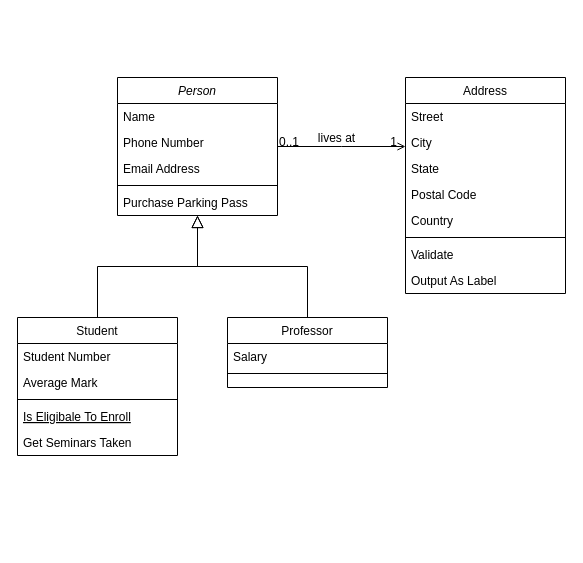
This is ComicDataFlow.drawio from mattwatts36/drawings, a draw.io file, before an edit. Source tidied: cells renumbered, new cells numbered last; positions are measured from the earlier drawing's top-left corner, leaving out a move shared by most shapes. Both pictures are drawn from the tidied source at 100%, with x=0, y=0 at pixel (17, 77).
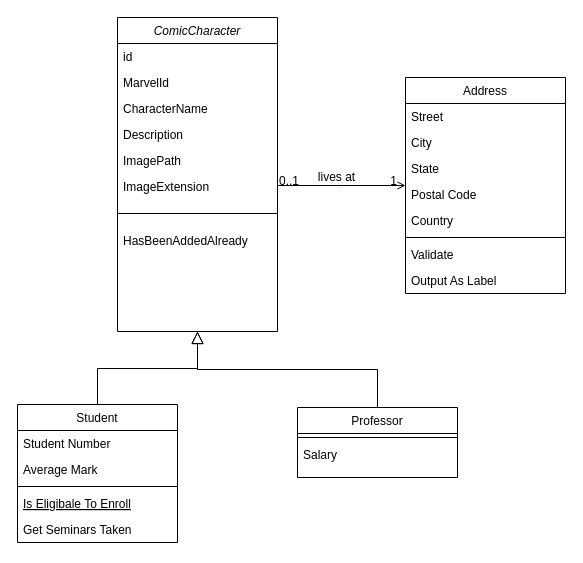
Above is the later version.

Commit message:
added comic character

What changed in the source:
```diff
@@
-    <mxCell id="2" value="Person" style="swimlane;fontStyle=2;align=center;verticalAlign=top;horizontal=1;startSize=26;rounded=0;shadow=0;strokeWidth=1;" parent="1" vertex="1">
-      <mxGeometry x="100" width="160" height="138" as="geometry" />
+    <mxCell id="2" value="ComicCharacter" style="swimlane;fontStyle=2;align=center;verticalAlign=top;horizontal=1;startSize=26;rounded=0;shadow=0;strokeWidth=1;" parent="1" vertex="1">
+      <mxGeometry x="100" y="-60" width="160" height="314" as="geometry" />
     </mxCell>
-    <mxCell id="3" value="Name" style="text;align=left;verticalAlign=top;spacingLeft=4;spacingRight=4;overflow=hidden;" parent="2" vertex="1">
+    <mxCell id="3" value="id" style="text;align=left;verticalAlign=top;spacingLeft=4;spacingRight=4;overflow=hidden;" parent="2" vertex="1">
       <mxGeometry y="26" width="160" height="26" as="geometry" />
     </mxCell>
-    <mxCell id="4" value="Phone Number" style="text;align=left;verticalAlign=top;spacingLeft=4;spacingRight=4;overflow=hidden;rounded=0;shadow=0;html=0;" parent="2" vertex="1">
+    <mxCell id="4" value="MarvelId" style="text;align=left;verticalAlign=top;spacingLeft=4;spacingRight=4;overflow=hidden;rounded=0;shadow=0;html=0;" parent="2" vertex="1">
       <mxGeometry y="52" width="160" height="26" as="geometry" />
     </mxCell>
-    <mxCell id="5" value="Email Address" style="text;align=left;verticalAlign=top;spacingLeft=4;spacingRight=4;overflow=hidden;rounded=0;shadow=0;html=0;" parent="2" vertex="1">
+    <mxCell id="5" value="CharacterName" style="text;align=left;verticalAlign=top;spacingLeft=4;spacingRight=4;overflow=hidden;rounded=0;shadow=0;html=0;" parent="2" vertex="1">
       <mxGeometry y="78" width="160" height="26" as="geometry" />
     </mxCell>
+    <mxCell id="32" value="Description" style="text;align=left;verticalAlign=top;spacingLeft=4;spacingRight=4;overflow=hidden;rounded=0;shadow=0;html=0;" parent="2" vertex="1">
+      <mxGeometry y="104" width="160" height="26" as="geometry" />
+    </mxCell>
+    <mxCell id="33" value="ImagePath" style="text;align=left;verticalAlign=top;spacingLeft=4;spacingRight=4;overflow=hidden;rounded=0;shadow=0;html=0;" parent="2" vertex="1">
+      <mxGeometry y="130" width="160" height="26" as="geometry" />
+    </mxCell>
+    <mxCell id="34" value="ImageExtension" style="text;align=left;verticalAlign=top;spacingLeft=4;spacingRight=4;overflow=hidden;rounded=0;shadow=0;html=0;" parent="2" vertex="1">
+      <mxGeometry y="156" width="160" height="26" as="geometry" />
+    </mxCell>
     <mxCell id="6" style="line;html=1;strokeWidth=1;align=left;verticalAlign=middle;spacingTop=-1;spacingLeft=3;spacingRight=3;labelPosition=right;" parent="2" vertex="1">
-      <mxGeometry y="104" width="160" height="8" as="geometry" />
+      <mxGeometry y="182" width="160" height="28" as="geometry" />
     </mxCell>
-    <mxCell id="7" value="Purchase Parking Pass" style="text;align=left;verticalAlign=top;spacingLeft=4;spacingRight=4;overflow=hidden;" parent="2" vertex="1">
-      <mxGeometry y="112" width="160" height="26" as="geometry" />
-    </mxCell>
+    <mxCell id="35" value="HasBeenAddedAlready" style="text;align=left;verticalAlign=top;spacingLeft=4;spacingRight=4;overflow=hidden;rounded=0;shadow=0;html=0;" parent="2" vertex="1">
+      <mxGeometry y="210" width="160" height="26" as="geometry" />
+    </mxCell>
     <mxCell id="8" value="Student" style="swimlane;fontStyle=0;align=center;verticalAlign=top;horizontal=1;startSize=26;rounded=0;shadow=0;strokeWidth=1;" parent="1" vertex="1">
-      <mxGeometry y="240" width="160" height="138" as="geometry" />
+      <mxGeometry y="327" width="160" height="138" as="geometry" />
     </mxCell>
@@
     <mxCell id="15" value="Professor" style="swimlane;fontStyle=0;align=center;verticalAlign=top;horizontal=1;startSize=26;rounded=0;shadow=0;strokeWidth=1;" parent="1" vertex="1">
-      <mxGeometry x="210" y="240" width="160" height="70" as="geometry" />
+      <mxGeometry x="280" y="330" width="160" height="70" as="geometry" />
     </mxCell>
+    <mxCell id="17" style="line;html=1;strokeWidth=1;align=left;verticalAlign=middle;spacingTop=-1;spacingLeft=3;spacingRight=3;labelPosition=right;" parent="15" vertex="1">
+      <mxGeometry y="26" width="160" height="8" as="geometry" />
+    </mxCell>
     <mxCell id="16" value="Salary" style="text;align=left;verticalAlign=top;spacingLeft=4;spacingRight=4;overflow=hidden;" parent="15" vertex="1">
-      <mxGeometry y="26" width="160" height="26" as="geometry" />
+      <mxGeometry y="34" width="160" height="26" as="geometry" />
     </mxCell>
-    <mxCell id="17" style="line;html=1;strokeWidth=1;align=left;verticalAlign=middle;spacingTop=-1;spacingLeft=3;spacingRight=3;labelPosition=right;" parent="15" vertex="1">
-      <mxGeometry y="52" width="160" height="8" as="geometry" />
-    </mxCell>
```
